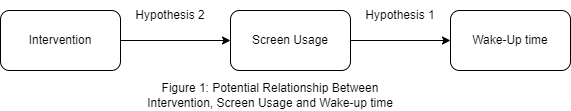
Before: Results/Mediation Effect.drawio.png, a diagram exported from draw.io (xuetao666/620_Project2). Source tidied: cells renumbered, new cells last; positions are measured from the earlier drawing's top-left corner, leaving out a move shared by most shapes.
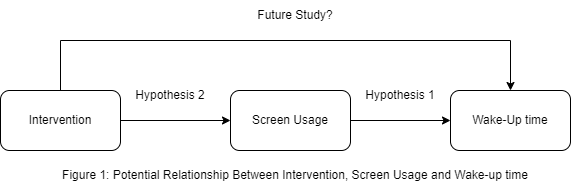
After the change.

What changed in the source:
```diff
@@ -18,7 +18,7 @@
       <mxGeometry x="450" y="10" width="120" height="60" as="geometry" />
     </mxCell>
     <mxCell id="7" value="Figure 1: Potential Relationship Between Intervention, Screen Usage and Wake-up time" style="text;html=1;strokeColor=none;fillColor=none;align=center;verticalAlign=middle;whiteSpace=wrap;rounded=0;" parent="1" vertex="1">
-      <mxGeometry x="130" y="80" width="280" height="30" as="geometry" />
+      <mxGeometry x="50" y="80" width="490" height="30" as="geometry" />
     </mxCell>
     <mxCell id="8" value="Hypothesis 1" style="text;html=1;strokeColor=none;fillColor=none;align=center;verticalAlign=middle;whiteSpace=wrap;rounded=0;" parent="1" vertex="1">
       <mxGeometry x="360" width="80" height="30" as="geometry" />
@@ -26,5 +26,16 @@
     <mxCell id="9" value="Hypothesis 2" style="text;html=1;strokeColor=none;fillColor=none;align=center;verticalAlign=middle;whiteSpace=wrap;rounded=0;" parent="1" vertex="1">
       <mxGeometry x="130" width="80" height="30" as="geometry" />
     </mxCell>
+    <mxCell id="10" style="endArrow=classic;html=1;rounded=0;exitX=0.5;exitY=0;exitDx=0;exitDy=0;entryX=0.5;entryY=0;entryDx=0;entryDy=0;" parent="1" edge="1" source="3" target="6">
+      <mxGeometry relative="1" as="geometry">
+        <Array as="points">
+          <mxPoint x="60" y="-40" />
+          <mxPoint x="510" y="-40" />
+        </Array>
+      </mxGeometry>
+    </mxCell>
+    <mxCell id="11" value="Future Study?" style="text;html=1;strokeColor=none;fillColor=none;align=center;verticalAlign=middle;whiteSpace=wrap;rounded=0;" parent="1" vertex="1">
+      <mxGeometry x="230" y="-80" width="130" height="30" as="geometry" />
+    </mxCell>
   </root>
 </mxGraphModel>
```
